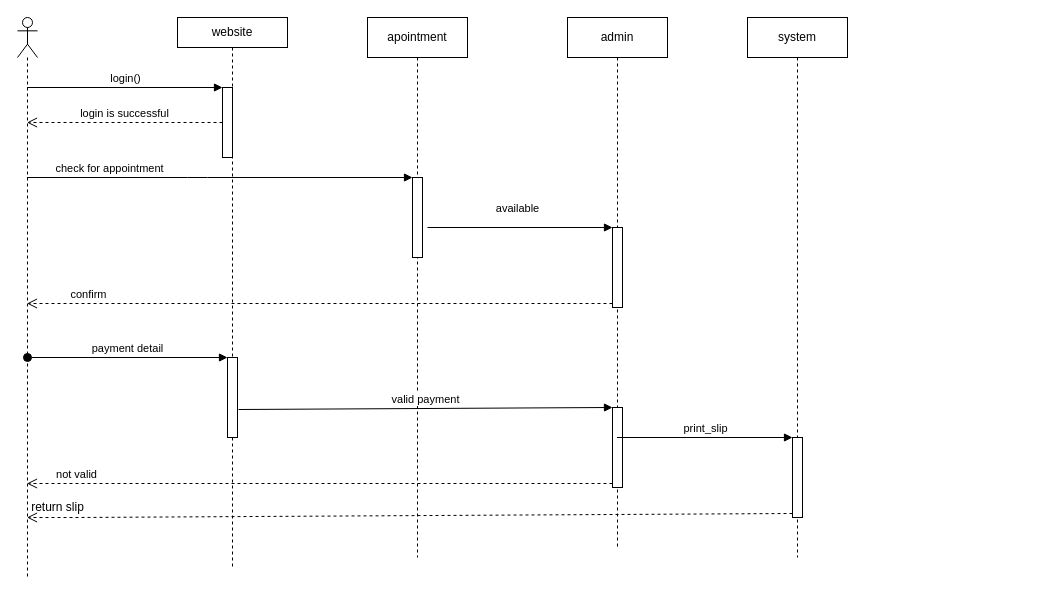
yashjt/hello-world keeps this draw.io diagram as sequence.drawio. Above is the earlier version. Source tidied: cells renumbered, new cells numbered last; positions are measured from the earlier drawing's top-left corner, leaving out a move shared by most shapes. Both pictures are drawn from the tidied source at 100%, with x=0, y=0 at pixel (17, 17).
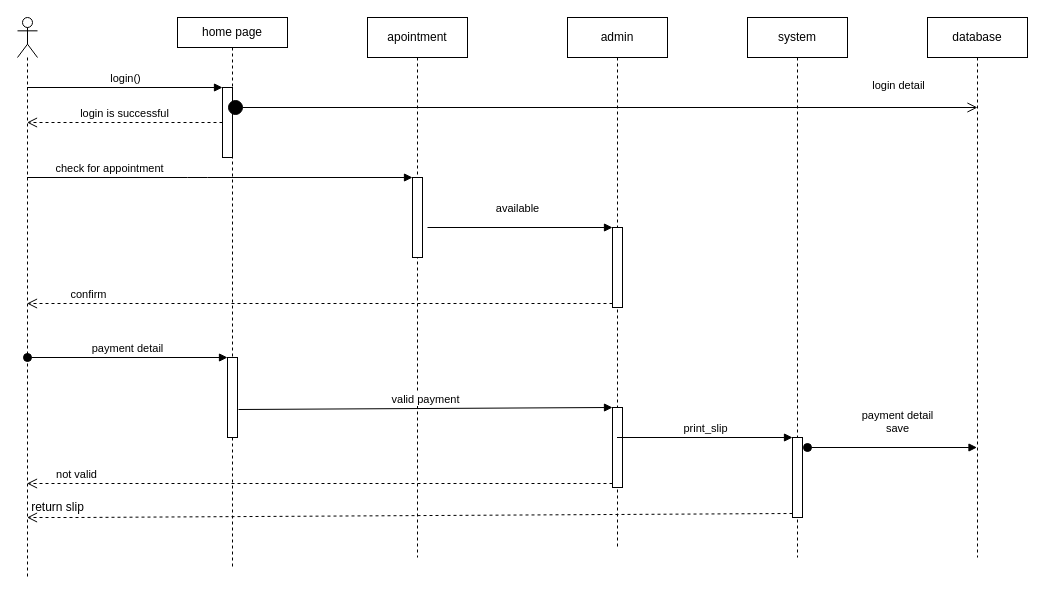
The same page after the edit.

Unchanged cells that the change refers to:
```xml
<mxCell id="13" value="system" style="shape=umlLifeline;perimeter=lifelinePerimeter;whiteSpace=wrap;html=1;" parent="1" vertex="1">
  <mxGeometry x="730" width="100" height="540" as="geometry" />
</mxCell>
```

What changed in the source:
```diff
@@
-    <mxCell id="3" value="website" style="shape=umlLifeline;perimeter=lifelinePerimeter;whiteSpace=wrap;html=1;size=30;" parent="1" vertex="1">
+    <mxCell id="3" value="home page" style="shape=umlLifeline;perimeter=lifelinePerimeter;whiteSpace=wrap;html=1;size=30;" parent="1" vertex="1">
       <mxGeometry x="160" width="110" height="550" as="geometry" />
     </mxCell>
@@
+    <mxCell id="24" value="&lt;div&gt;login detail &lt;br&gt;&lt;/div&gt;&lt;div&gt;&lt;br&gt;&lt;/div&gt;" style="html=1;verticalAlign=bottom;startArrow=circle;startFill=1;endArrow=open;startSize=6;endSize=8;" parent="3" edge="1">
+      <mxGeometry x="0.79" relative="1" as="geometry">
+        <mxPoint x="50" y="90" as="sourcePoint" />
+        <mxPoint x="800" y="90" as="targetPoint" />
+      </mxGeometry>
+    </mxCell>
@@
+    <mxCell id="25" value="&lt;div&gt;payment detail &lt;br&gt;&lt;/div&gt;&lt;div&gt;save&lt;br&gt;&lt;/div&gt;" style="html=1;verticalAlign=bottom;startArrow=oval;startFill=1;endArrow=block;startSize=8;" parent="13" edge="1" target="26">
+      <mxGeometry x="0.06" y="10" relative="1" as="geometry">
+        <mxPoint x="60" y="430" as="sourcePoint" />
+      </mxGeometry>
+    </mxCell>
@@
+    <mxCell id="26" value="database " style="shape=umlLifeline;perimeter=lifelinePerimeter;whiteSpace=wrap;html=1;outlineConnect=0;" parent="1" vertex="1">
+      <mxGeometry x="910" width="100" height="540" as="geometry" />
+    </mxCell>
```
